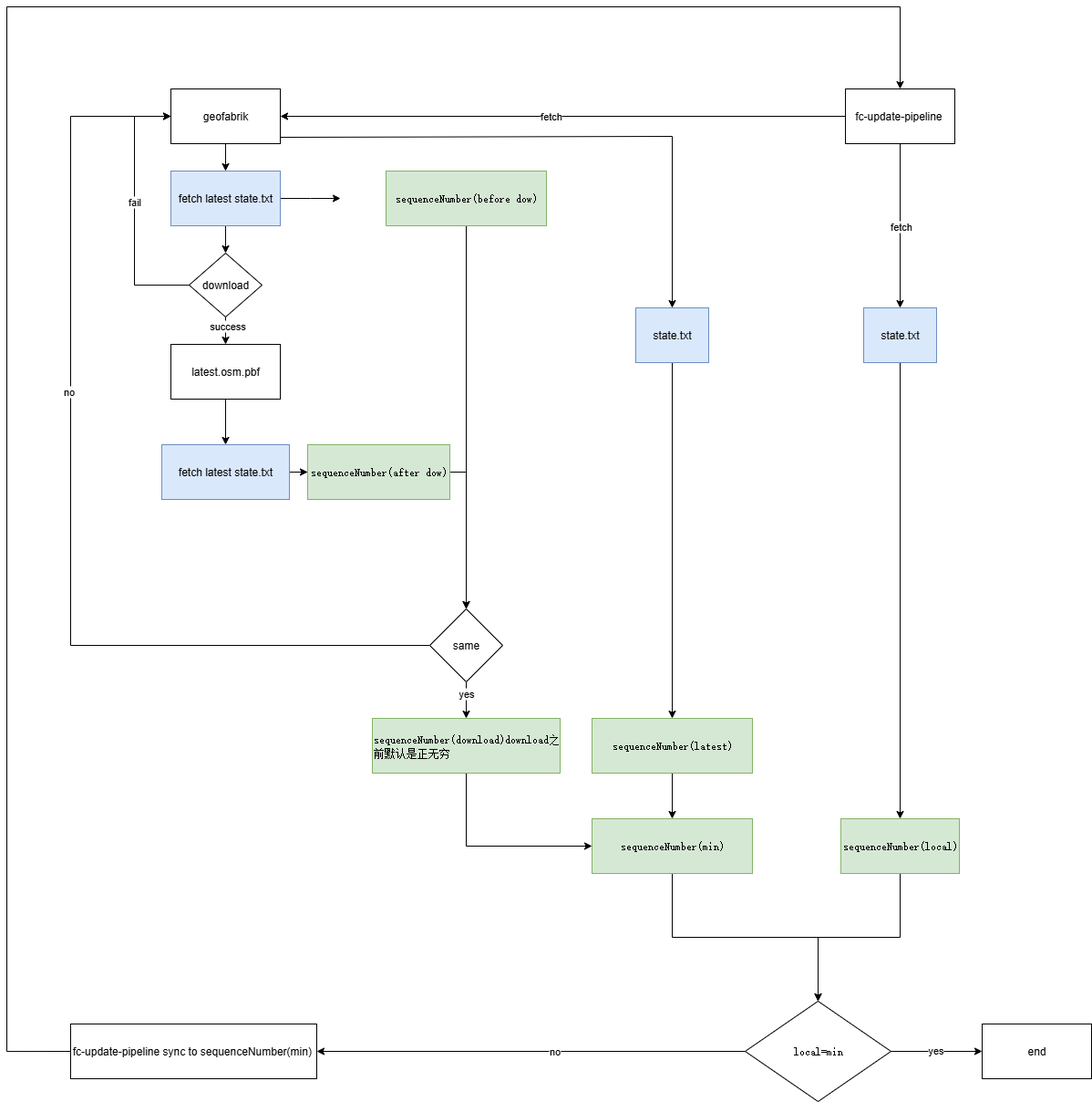
Above: fc update.drawio.png in 472542625/drawio (draw.io), before the change. Source tidied: cells renumbered, new cells last; positions are measured from the earlier drawing's top-left corner, leaving out a move shared by most shapes.
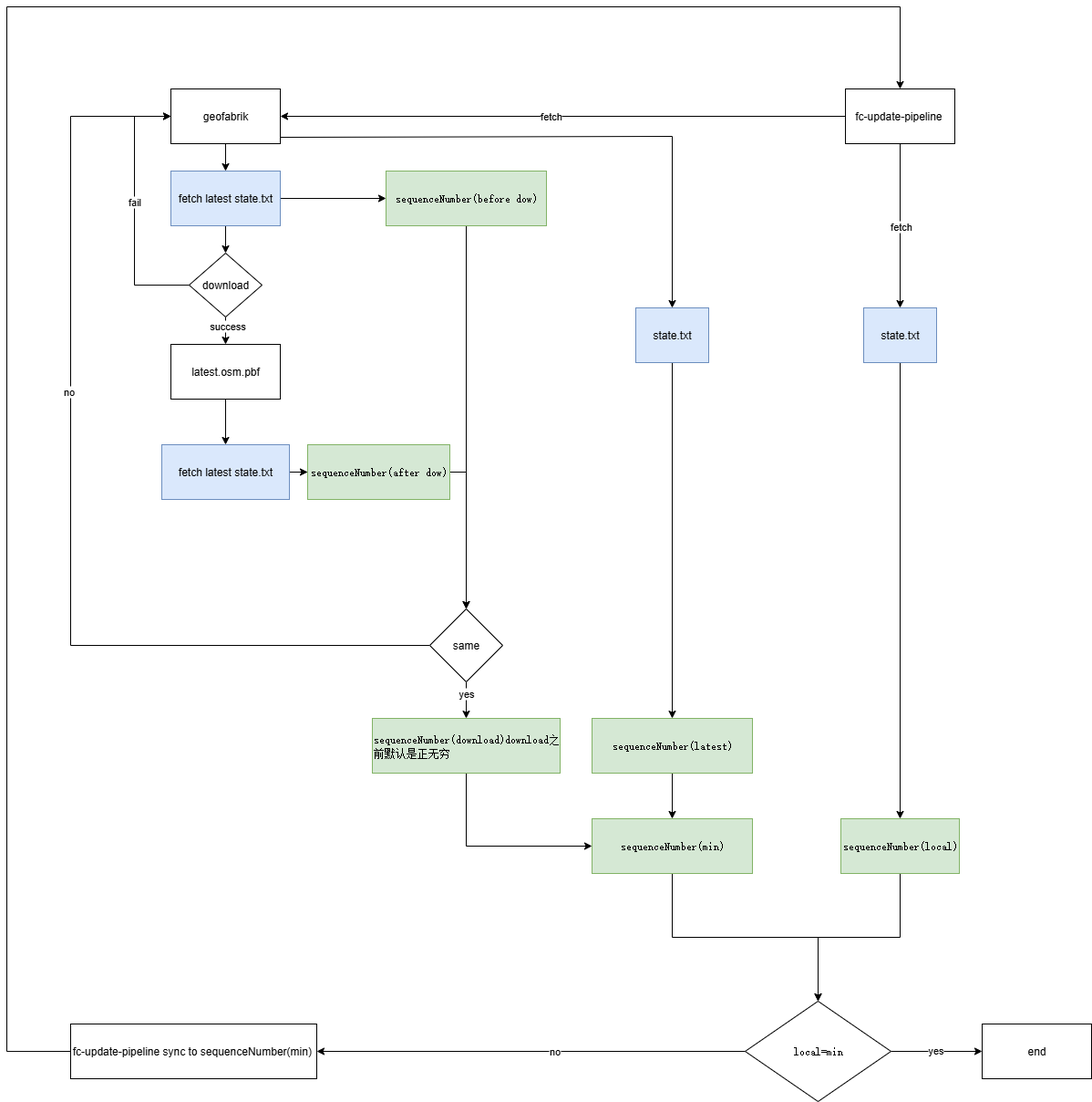
The same diagram one commit later.

What changed in the source:
```diff
@@ -105,10 +105,8 @@
     <mxCell id="29" style="edgeStyle=orthogonalEdgeStyle;rounded=0;jettySize=auto;html=1;" parent="1" edge="1" source="31" target="17">
       <mxGeometry relative="1" as="geometry" />
     </mxCell>
-    <mxCell id="30" style="edgeStyle=orthogonalEdgeStyle;rounded=0;jettySize=auto;html=1;entryX=0;entryY=0.5;entryDx=0;entryDy=0;" parent="1" edge="1" source="31">
-      <mxGeometry relative="1" as="geometry">
-        <mxPoint x="366" y="210" as="targetPoint" />
-      </mxGeometry>
+    <mxCell id="30" style="edgeStyle=orthogonalEdgeStyle;rounded=0;jettySize=auto;html=1;entryX=0;entryY=0.5;entryDx=0;entryDy=0;" parent="1" edge="1" source="31" target="33">
+      <mxGeometry relative="1" as="geometry" />
     </mxCell>
     <mxCell id="31" value="fetch latest state.txt" style="rounded=0;whiteSpace=wrap;html=1;fillColor=#dae8fc;strokeColor=#6c8ebf;" parent="1" vertex="1">
       <mxGeometry x="180" y="180" width="120" height="60" as="geometry" />
```
